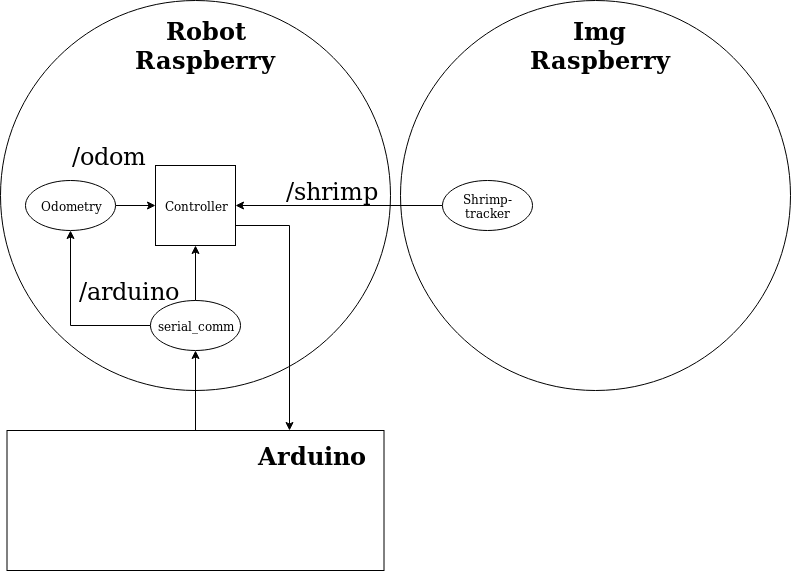
Earlier version of the draw.io export project/overview.png (Anguse/deis-labs). Source tidied: cells renumbered, new cells last; positions are measured from the earlier drawing's top-left corner, leaving out a move shared by most shapes.
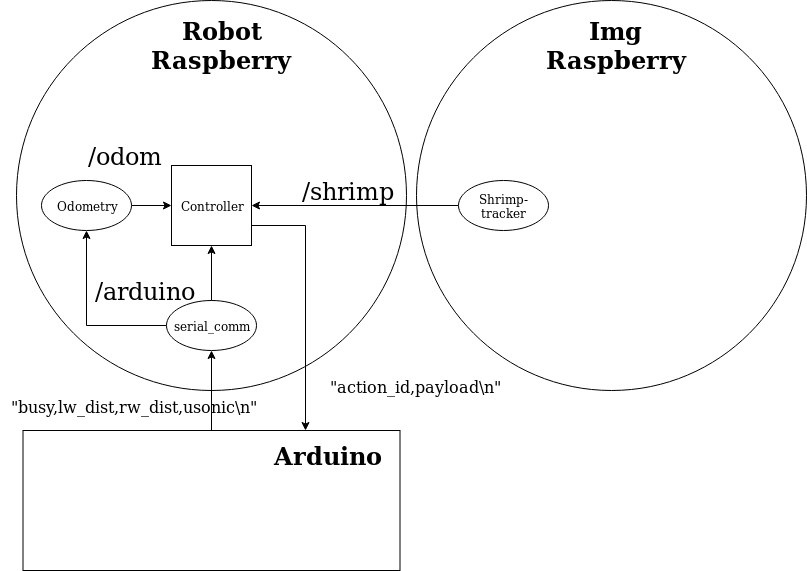
Later version of the same file.

Commit message:
Added serial message spec to overview image

Change to the diagram source:
```diff
@@ -59,5 +59,11 @@
     <mxCell id="20" value="Arduino" style="text;html=1;strokeColor=none;fillColor=none;align=center;verticalAlign=middle;whiteSpace=wrap;rounded=0;fontSize=24;fontStyle=1;" parent="1" vertex="1">
       <mxGeometry x="253" y="440" width="115" height="30" as="geometry" />
     </mxCell>
+    <mxCell id="21" value="&lt;div&gt;&lt;font style=&quot;font-size: 16px&quot;&gt;&quot;busy,lw_dist,rw_dist,usonic\n&quot;&lt;/font&gt;&lt;/div&gt;" style="text;html=1;strokeColor=none;fillColor=none;align=center;verticalAlign=middle;whiteSpace=wrap;rounded=0;fontSize=24;" parent="1" vertex="1">
+      <mxGeometry x="-16" y="393" width="266" height="20" as="geometry" />
+    </mxCell>
+    <mxCell id="22" value="&lt;div&gt;&lt;font style=&quot;font-size: 16px&quot;&gt;&quot;action_id,payload\n&quot;&lt;br&gt;&lt;/font&gt;&lt;/div&gt;" style="text;html=1;strokeColor=none;fillColor=none;align=center;verticalAlign=middle;whiteSpace=wrap;rounded=0;fontSize=24;" parent="1" vertex="1">
+      <mxGeometry x="266" y="373" width="266" height="20" as="geometry" />
+    </mxCell>
   </root>
 </mxGraphModel>
```
